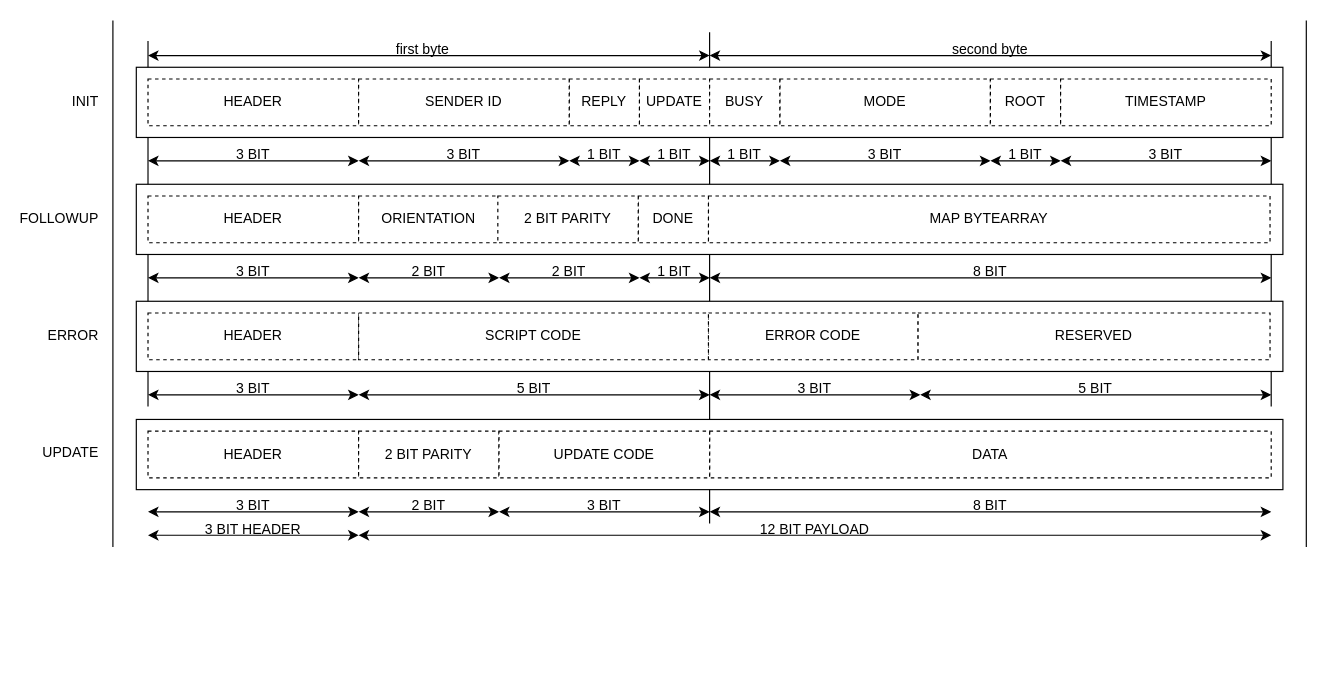
This is diagramsDrawio/msgArchitecture.drawio from SophiagDotart/puzzlingRobots, a draw.io file, before an edit. Source tidied: cells renumbered, new cells numbered last; positions are measured from the earlier drawing's top-left corner, leaving out a move shared by most shapes. Both pictures are drawn from the tidied source at 117%, with x=0, y=0 at pixel (30, 20).
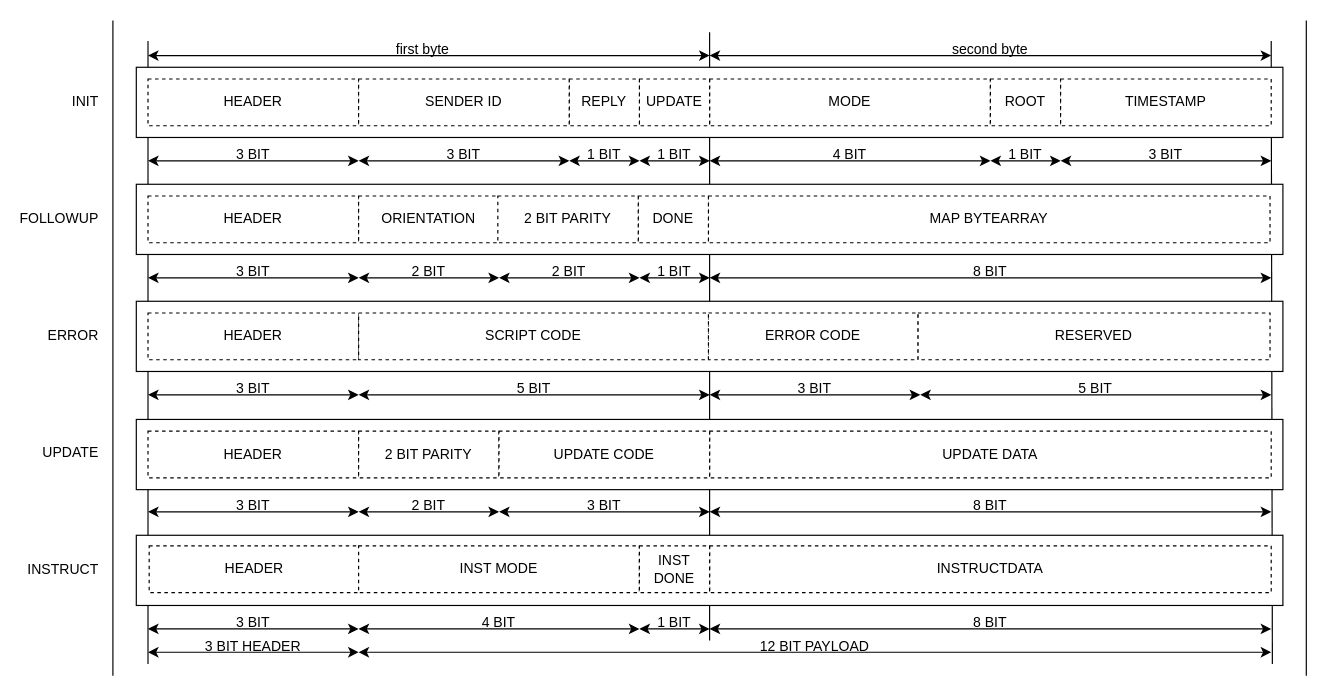
After the change.

Commit message (it also covers changes not shown here):
Added instruct message, finished update msg in script and doc

Unchanged cells that the change refers to:
```xml
<mxCell id="77" value="second byte" style="text;html=1;whiteSpace=wrap;strokeColor=none;fillColor=none;align=center;verticalAlign=middle;rounded=0;" parent="75" vertex="1">
  <mxGeometry width="480" height="30" as="geometry" />
</mxCell>
<mxCell id="79" value="first byte" style="text;html=1;whiteSpace=wrap;strokeColor=none;fillColor=none;align=center;verticalAlign=middle;rounded=0;" parent="78" vertex="1">
  <mxGeometry width="470" height="30" as="geometry" />
</mxCell>
```

The edit, as a diff of the source:
```diff
@@
     <mxCell id="2" style="endArrow=none;html=1;rounded=0;entryX=1;entryY=0.25;entryDx=0;entryDy=0;" parent="1" edge="1" target="77">
       <mxGeometry relative="1" as="geometry">
-        <mxPoint x="1060" y="330" as="sourcePoint" />
+        <mxPoint x="1061" y="550" as="sourcePoint" />
       </mxGeometry>
     </mxCell>
     <mxCell id="3" style="endArrow=none;html=1;rounded=0;entryX=0;entryY=0.25;entryDx=0;entryDy=0;" parent="1" edge="1" target="79">
       <mxGeometry relative="1" as="geometry">
-        <mxPoint x="100" y="330" as="sourcePoint" />
+        <mxPoint x="100" y="550" as="sourcePoint" />
       </mxGeometry>
     </mxCell>
     <mxCell id="4" style="endArrow=none;html=1;rounded=0;" parent="1" edge="1">
       <mxGeometry relative="1" as="geometry">
-        <mxPoint x="580" y="430" as="sourcePoint" />
+        <mxPoint x="580" y="530" as="sourcePoint" />
         <mxPoint x="580" y="10" as="targetPoint" />
         <Array as="points">
           <mxPoint x="580" y="110" />
         </Array>
       </mxGeometry>
     </mxCell>
     <mxCell id="5" style="endArrow=none;html=1;rounded=0;" parent="1" edge="1">
       <mxGeometry relative="1" as="geometry">
-        <mxPoint x="70" y="450" as="sourcePoint" />
+        <mxPoint x="70" y="560" as="sourcePoint" />
         <mxPoint x="70" as="targetPoint" />
       </mxGeometry>
     </mxCell>
     <mxCell id="6" style="endArrow=none;html=1;rounded=0;" parent="1" edge="1">
       <mxGeometry relative="1" as="geometry">
-        <mxPoint x="1090" y="450" as="sourcePoint" />
+        <mxPoint x="1090" y="560" as="sourcePoint" />
         <mxPoint x="1090" as="targetPoint" />
       </mxGeometry>
     </mxCell>
@@
     <mxCell id="8" value="MODE" style="rounded=0;whiteSpace=wrap;html=1;dashed=1;" parent="1" vertex="1">
-      <mxGeometry x="640" y="50" width="180" height="40" as="geometry" />
+      <mxGeometry x="580" y="50" width="240" height="40" as="geometry" />
     </mxCell>
@@
-    <mxCell id="15" value="BUSY" style="rounded=0;whiteSpace=wrap;html=1;dashed=1;" parent="1" vertex="1">
-      <mxGeometry x="580" y="50" width="60" height="40" as="geometry" />
-    </mxCell>
@@
     <mxCell id="60" style="group;" parent="1" vertex="1">
-      <mxGeometry x="640" y="100" width="180" height="30" as="geometry" />
+      <mxGeometry x="580" y="100" width="240" height="30" as="geometry" />
     </mxCell>
     <mxCell id="61" style="endArrow=classic;startArrow=classic;html=1;rounded=0;" parent="60" edge="1">
       <mxGeometry relative="1" as="geometry">
         <mxPoint y="20" as="sourcePoint" />
-        <mxPoint x="180" y="20" as="targetPoint" />
+        <mxPoint x="240" y="20" as="targetPoint" />
       </mxGeometry>
     </mxCell>
-    <mxCell id="62" value="3 BIT" style="text;html=1;whiteSpace=wrap;strokeColor=none;fillColor=none;align=center;verticalAlign=middle;rounded=0;" parent="60" vertex="1">
-      <mxGeometry x="60" width="60" height="30" as="geometry" />
+    <mxCell id="62" value="4 BIT" style="text;html=1;whiteSpace=wrap;strokeColor=none;fillColor=none;align=center;verticalAlign=middle;rounded=0;" parent="60" vertex="1">
+      <mxGeometry x="80" width="80" height="30" as="geometry" />
     </mxCell>
@@
-    <mxCell id="72" style="group;" parent="1" vertex="1">
-      <mxGeometry x="580" y="100" width="60" height="30" as="geometry" />
-    </mxCell>
-    <mxCell id="73" style="endArrow=classic;startArrow=classic;html=1;rounded=0;" parent="72" edge="1">
-      <mxGeometry relative="1" as="geometry">
-        <mxPoint y="20" as="sourcePoint" />
-        <mxPoint x="60" y="20" as="targetPoint" />
-      </mxGeometry>
-    </mxCell>
-    <mxCell id="74" value="1 BIT" style="text;html=1;whiteSpace=wrap;strokeColor=none;fillColor=none;align=center;verticalAlign=middle;rounded=0;" parent="72" vertex="1">
-      <mxGeometry width="60" height="30" as="geometry" />
-    </mxCell>
@@
-    <mxCell id="81" style="group;" parent="1" vertex="1">
-      <mxGeometry x="90" y="341" width="980" height="85" as="geometry" />
-    </mxCell>
+    <mxCell id="99" style="group;" parent="1" vertex="1">
+      <mxGeometry x="100" y="520" width="960" height="35" as="geometry" />
+    </mxCell>
+    <mxCell id="100" style="group;" parent="99" vertex="1">
+      <mxGeometry x="180" width="780" height="35" as="geometry" />
+    </mxCell>
+    <mxCell id="101" style="endArrow=classic;startArrow=classic;html=1;rounded=0;" parent="100" edge="1">
+      <mxGeometry relative="1" as="geometry">
+        <mxPoint y="20" as="sourcePoint" />
+        <mxPoint x="780" y="20" as="targetPoint" />
+      </mxGeometry>
+    </mxCell>
+    <mxCell id="102" value="12 BIT PAYLOAD" style="text;html=1;whiteSpace=wrap;strokeColor=none;fillColor=none;align=center;verticalAlign=middle;rounded=0;" parent="100" vertex="1">
+      <mxGeometry width="780" height="30" as="geometry" />
+    </mxCell>
+    <mxCell id="103" style="group;" parent="99" vertex="1">
+      <mxGeometry width="180" height="34" as="geometry" />
+    </mxCell>
+    <mxCell id="104" style="endArrow=classic;startArrow=classic;html=1;rounded=0;" parent="103" edge="1">
+      <mxGeometry relative="1" as="geometry">
+        <mxPoint y="20" as="sourcePoint" />
+        <mxPoint x="180" y="20" as="targetPoint" />
+      </mxGeometry>
+    </mxCell>
+    <mxCell id="105" value="3 BIT HEADER" style="text;html=1;whiteSpace=wrap;strokeColor=none;fillColor=none;align=center;verticalAlign=middle;rounded=0;" parent="103" vertex="1">
+      <mxGeometry width="180" height="30" as="geometry" />
+    </mxCell>
+    <mxCell id="111" style="group;" parent="1" vertex="1">
+      <mxGeometry x="820" y="100" width="60" height="30" as="geometry" />
+    </mxCell>
+    <mxCell id="112" style="endArrow=classic;startArrow=classic;html=1;rounded=0;" parent="111" edge="1">
+      <mxGeometry relative="1" as="geometry">
+        <mxPoint y="20" as="sourcePoint" />
+        <mxPoint x="60" y="20" as="targetPoint" />
+      </mxGeometry>
+    </mxCell>
+    <mxCell id="113" value="1 BIT" style="text;html=1;whiteSpace=wrap;strokeColor=none;fillColor=none;align=center;verticalAlign=middle;rounded=0;" parent="111" vertex="1">
+      <mxGeometry width="60" height="30" as="geometry" />
+    </mxCell>
-    <mxCell id="82" style="rounded=0;whiteSpace=wrap;html=1;" parent="81" vertex="1">
-      <mxGeometry width="980" height="60" as="geometry" />
+    <mxCell id="82" style="rounded=0;whiteSpace=wrap;html=1;" parent="1" vertex="1">
+      <mxGeometry x="90" y="341" width="980" height="60" as="geometry" />
     </mxCell>
-    <mxCell id="83" value="HEADER" style="rounded=0;whiteSpace=wrap;html=1;dashed=1;" parent="81" vertex="1">
-      <mxGeometry x="10" y="10" width="180" height="40" as="geometry" />
+    <mxCell id="83" value="HEADER" style="rounded=0;whiteSpace=wrap;html=1;dashed=1;" parent="1" vertex="1">
+      <mxGeometry x="100" y="351" width="180" height="40" as="geometry" />
     </mxCell>
-    <mxCell id="84" value="DATA" style="rounded=0;whiteSpace=wrap;html=1;dashed=1;" parent="81" vertex="1">
-      <mxGeometry x="490" y="10" width="480" height="40" as="geometry" />
+    <mxCell id="84" value="UPDATE DATA" style="rounded=0;whiteSpace=wrap;html=1;dashed=1;" parent="1" vertex="1">
+      <mxGeometry x="580" y="351" width="480" height="40" as="geometry" />
     </mxCell>
-    <mxCell id="85" value="2 BIT PARITY" style="rounded=0;whiteSpace=wrap;html=1;dashed=1;" parent="81" vertex="1">
-      <mxGeometry x="190" y="10" width="120" height="40" as="geometry" />
+    <mxCell id="85" value="2 BIT PARITY" style="rounded=0;whiteSpace=wrap;html=1;dashed=1;" parent="1" vertex="1">
+      <mxGeometry x="280" y="351" width="120" height="40" as="geometry" />
     </mxCell>
-    <mxCell id="86" style="group;" parent="81" vertex="1">
-      <mxGeometry x="10" y="59" width="180" height="30" as="geometry" />
+    <mxCell id="86" style="group;" parent="1" vertex="1">
+      <mxGeometry x="100" y="400" width="180" height="30" as="geometry" />
     </mxCell>
+    <mxCell id="114" style="group;" parent="86" vertex="1">
+      <mxGeometry width="180" height="30" as="geometry" />
+    </mxCell>
-    <mxCell id="87" style="endArrow=classic;startArrow=classic;html=1;rounded=0;" parent="86" edge="1">
+    <mxCell id="87" style="endArrow=classic;startArrow=classic;html=1;rounded=0;" parent="114" edge="1">
       <mxGeometry relative="1" as="geometry">
         <mxPoint y="20" as="sourcePoint" />
         <mxPoint x="180" y="20" as="targetPoint" />
       </mxGeometry>
     </mxCell>
-    <mxCell id="88" value="3 BIT" style="text;html=1;whiteSpace=wrap;strokeColor=none;fillColor=none;align=center;verticalAlign=middle;rounded=0;" parent="86" vertex="1">
+    <mxCell id="88" value="3 BIT" style="text;html=1;whiteSpace=wrap;strokeColor=none;fillColor=none;align=center;verticalAlign=middle;rounded=0;" parent="114" vertex="1">
       <mxGeometry x="60" width="60" height="30" as="geometry" />
     </mxCell>
+    <mxCell id="115" style="group;" parent="86" vertex="1">
+      <mxGeometry y="100" width="180" height="30" as="geometry" />
+    </mxCell>
+    <mxCell id="116" style="endArrow=classic;startArrow=classic;html=1;rounded=0;" parent="115" edge="1">
+      <mxGeometry relative="1" as="geometry">
+        <mxPoint y="20" as="sourcePoint" />
+        <mxPoint x="180" y="20" as="targetPoint" />
+      </mxGeometry>
+    </mxCell>
+    <mxCell id="117" value="3 BIT" style="text;html=1;whiteSpace=wrap;strokeColor=none;fillColor=none;align=center;verticalAlign=middle;rounded=0;" parent="115" vertex="1">
+      <mxGeometry x="60" width="60" height="30" as="geometry" />
+    </mxCell>
-    <mxCell id="89" style="group;" parent="81" vertex="1">
-      <mxGeometry x="310" y="59" width="180" height="30" as="geometry" />
+    <mxCell id="89" style="group;" parent="1" vertex="1">
+      <mxGeometry x="400" y="400" width="180" height="30" as="geometry" />
     </mxCell>
@@
-    <mxCell id="92" style="group;" parent="81" vertex="1">
-      <mxGeometry x="490" y="59" width="480" height="30" as="geometry" />
+    <mxCell id="92" style="group;" parent="1" vertex="1">
+      <mxGeometry x="580" y="400" width="480" height="30" as="geometry" />
     </mxCell>
@@
-    <mxCell id="95" style="group;" parent="81" vertex="1">
-      <mxGeometry x="190" y="59" width="120" height="30" as="geometry" />
+    <mxCell id="95" style="group;" parent="1" vertex="1">
+      <mxGeometry x="280" y="400" width="120" height="30" as="geometry" />
     </mxCell>
@@
-    <mxCell id="98" value="UPDATE CODE" style="rounded=0;whiteSpace=wrap;html=1;dashed=1;" parent="81" vertex="1">
-      <mxGeometry x="310" y="10" width="180" height="40" as="geometry" />
+    <mxCell id="98" value="UPDATE CODE" style="rounded=0;whiteSpace=wrap;html=1;dashed=1;" parent="1" vertex="1">
+      <mxGeometry x="400" y="351" width="180" height="40" as="geometry" />
     </mxCell>
-    <mxCell id="99" style="group;" parent="1" vertex="1">
-      <mxGeometry x="100" y="420" width="960" height="35" as="geometry" />
-    </mxCell>
-    <mxCell id="100" style="group;" parent="99" vertex="1">
-      <mxGeometry x="180" width="780" height="35" as="geometry" />
-    </mxCell>
-    <mxCell id="101" style="endArrow=classic;startArrow=classic;html=1;rounded=0;" parent="100" edge="1">
-      <mxGeometry relative="1" as="geometry">
-        <mxPoint y="20" as="sourcePoint" />
-        <mxPoint x="780" y="20" as="targetPoint" />
-      </mxGeometry>
-    </mxCell>
-    <mxCell id="102" value="12 BIT PAYLOAD" style="text;html=1;whiteSpace=wrap;strokeColor=none;fillColor=none;align=center;verticalAlign=middle;rounded=0;" parent="100" vertex="1">
-      <mxGeometry width="780" height="30" as="geometry" />
-    </mxCell>
-    <mxCell id="103" style="group;" parent="99" vertex="1">
-      <mxGeometry width="180" height="34" as="geometry" />
-    </mxCell>
-    <mxCell id="104" style="endArrow=classic;startArrow=classic;html=1;rounded=0;" parent="103" edge="1">
-      <mxGeometry relative="1" as="geometry">
-        <mxPoint y="20" as="sourcePoint" />
-        <mxPoint x="180" y="20" as="targetPoint" />
-      </mxGeometry>
-    </mxCell>
-    <mxCell id="105" value="3 BIT HEADER" style="text;html=1;whiteSpace=wrap;strokeColor=none;fillColor=none;align=center;verticalAlign=middle;rounded=0;" parent="103" vertex="1">
-      <mxGeometry width="180" height="30" as="geometry" />
-    </mxCell>
+    <mxCell id="118" style="rounded=0;whiteSpace=wrap;html=1;" parent="1" vertex="1">
+      <mxGeometry x="90" y="440" width="980" height="60" as="geometry" />
+    </mxCell>
+    <mxCell id="119" value="HEADER" style="rounded=0;whiteSpace=wrap;html=1;dashed=1;" parent="1" vertex="1">
+      <mxGeometry x="101" y="449" width="180" height="40" as="geometry" />
+    </mxCell>
+    <mxCell id="120" value="INST MODE" style="rounded=0;whiteSpace=wrap;html=1;dashed=1;" parent="1" vertex="1">
+      <mxGeometry x="280" y="449" width="240" height="40" as="geometry" />
+    </mxCell>
+    <mxCell id="121" value="INSTRUCTDATA" style="rounded=0;whiteSpace=wrap;html=1;dashed=1;" parent="1" vertex="1">
+      <mxGeometry x="580" y="449" width="480" height="40" as="geometry" />
+    </mxCell>
+    <mxCell id="122" value="INST DONE" style="rounded=0;whiteSpace=wrap;html=1;dashed=1;" parent="1" vertex="1">
+      <mxGeometry x="520" y="449" width="60" height="40" as="geometry" />
+    </mxCell>
+    <mxCell id="123" style="group;" parent="1" vertex="1">
+      <mxGeometry x="280" y="500" width="240" height="30" as="geometry" />
+    </mxCell>
+    <mxCell id="124" style="endArrow=classic;startArrow=classic;html=1;rounded=0;" parent="123" edge="1">
+      <mxGeometry relative="1" as="geometry">
+        <mxPoint y="20" as="sourcePoint" />
+        <mxPoint x="240" y="20" as="targetPoint" />
+      </mxGeometry>
+    </mxCell>
+    <mxCell id="125" value="4 BIT" style="text;html=1;whiteSpace=wrap;strokeColor=none;fillColor=none;align=center;verticalAlign=middle;rounded=0;" parent="123" vertex="1">
+      <mxGeometry x="80" width="80" height="30" as="geometry" />
+    </mxCell>
+    <mxCell id="126" style="group;" parent="1" vertex="1">
+      <mxGeometry x="520" y="500" width="60" height="30" as="geometry" />
+    </mxCell>
+    <mxCell id="127" style="endArrow=classic;startArrow=classic;html=1;rounded=0;" parent="126" edge="1">
+      <mxGeometry relative="1" as="geometry">
+        <mxPoint y="20" as="sourcePoint" />
+        <mxPoint x="60" y="20" as="targetPoint" />
+      </mxGeometry>
+    </mxCell>
+    <mxCell id="74" value="1 BIT" style="text;html=1;whiteSpace=wrap;strokeColor=none;fillColor=none;align=center;verticalAlign=middle;rounded=0;" parent="126" vertex="1">
+      <mxGeometry width="60" height="30" as="geometry" />
+    </mxCell>
+    <mxCell id="128" style="group;" parent="1" vertex="1">
+      <mxGeometry x="580" y="500" width="480" height="30" as="geometry" />
+    </mxCell>
+    <mxCell id="129" style="endArrow=classic;startArrow=classic;html=1;rounded=0;" parent="128" edge="1">
+      <mxGeometry relative="1" as="geometry">
+        <mxPoint y="20" as="sourcePoint" />
+        <mxPoint x="480" y="20" as="targetPoint" />
+      </mxGeometry>
+    </mxCell>
+    <mxCell id="130" value="8 BIT" style="text;html=1;whiteSpace=wrap;strokeColor=none;fillColor=none;align=center;verticalAlign=middle;rounded=0;" parent="128" vertex="1">
+      <mxGeometry x="160" width="160" height="30" as="geometry" />
+    </mxCell>
+    <mxCell id="131" style="group;" parent="1" vertex="1">
+      <mxGeometry y="55" width="60" height="430" as="geometry" />
+    </mxCell>
-    <mxCell id="106" style="group;" parent="1" vertex="1">
-      <mxGeometry y="55" width="60" height="330" as="geometry" />
+    <mxCell id="106" style="group;" parent="131" vertex="1">
+      <mxGeometry width="60" height="330" as="geometry" />
     </mxCell>
@@
-    <mxCell id="111" style="group;" parent="1" vertex="1">
-      <mxGeometry x="820" y="100" width="60" height="30" as="geometry" />
-    </mxCell>
-    <mxCell id="112" style="endArrow=classic;startArrow=classic;html=1;rounded=0;" parent="111" edge="1">
-      <mxGeometry relative="1" as="geometry">
-        <mxPoint y="20" as="sourcePoint" />
-        <mxPoint x="60" y="20" as="targetPoint" />
-      </mxGeometry>
-    </mxCell>
-    <mxCell id="113" value="1 BIT" style="text;html=1;whiteSpace=wrap;strokeColor=none;fillColor=none;align=center;verticalAlign=middle;rounded=0;" parent="111" vertex="1">
-      <mxGeometry width="60" height="30" as="geometry" />
-    </mxCell>
+    <mxCell id="132" value="INSTRUCT" style="text;html=1;align=right;verticalAlign=middle;whiteSpace=wrap;rounded=0;" parent="131" vertex="1">
+      <mxGeometry y="400" width="60" height="30" as="geometry" />
+    </mxCell>
```
